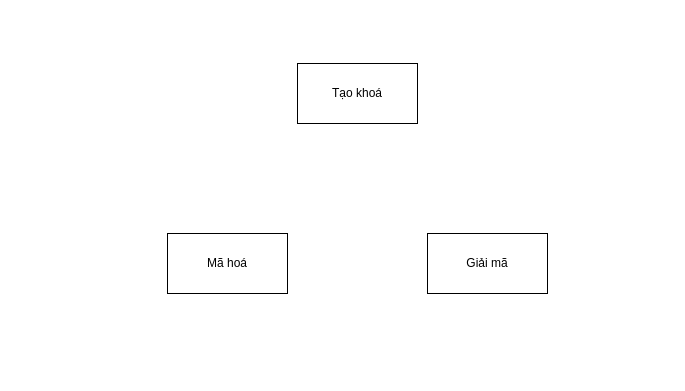
Above: PKE.drawio in huyle84/diagrams (draw.io), before the change. Source tidied: cells renumbered, new cells numbered last; positions are measured from the earlier drawing's top-left corner, leaving out a move shared by most shapes. Both pictures are drawn from the tidied source at 100%, with x=0, y=0 at pixel (167, 63).
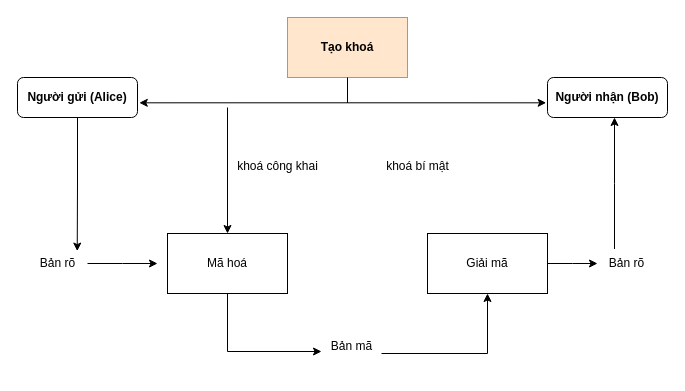
After the change.

The change refers to these unchanged cells:
```xml
<mxCell id="2" value="Mã hoá" style="rounded=0;whiteSpace=wrap;html=1;" parent="1" vertex="1">
  <mxGeometry y="170" width="120" height="60" as="geometry" />
</mxCell>
<mxCell id="3" value="Giải mã" style="rounded=0;whiteSpace=wrap;html=1;" parent="1" vertex="1">
  <mxGeometry x="260" y="170" width="120" height="60" as="geometry" />
</mxCell>
```

Diff of the diagram source:
```diff
@@
+    <mxCell id="5" style="edgeStyle=orthogonalEdgeStyle;rounded=0;jettySize=auto;html=1;" parent="1" edge="1" source="3">
+      <mxGeometry relative="1" as="geometry">
+        <mxPoint x="430" y="200" as="targetPoint" />
+      </mxGeometry>
+    </mxCell>
@@
+    <mxCell id="6" style="edgeStyle=orthogonalEdgeStyle;rounded=0;jettySize=auto;html=1;exitX=0.5;exitY=1;exitDx=0;exitDy=0;entryX=1.015;entryY=0.633;entryDx=0;entryDy=0;entryPerimeter=0;" parent="1" edge="1" source="4" target="17">
+      <mxGeometry relative="1" as="geometry" />
+    </mxCell>
-    <mxCell id="4" value="Tạo khoá" style="rounded=0;whiteSpace=wrap;html=1;" parent="1" vertex="1">
-      <mxGeometry x="130" width="120" height="60" as="geometry" />
+    <mxCell id="4" value="Tạo khoá" style="rounded=0;whiteSpace=wrap;html=1;fillColor=#ffe6cc;strokeColor=#d79b00;fontStyle=1;" parent="1" vertex="1">
+      <mxGeometry x="120" y="-46" width="120" height="60" as="geometry" />
     </mxCell>
+    <mxCell id="7" style="edgeStyle=orthogonalEdgeStyle;rounded=0;jettySize=auto;html=1;exitX=0.5;exitY=1;exitDx=0;exitDy=0;entryX=-0.011;entryY=0.633;entryDx=0;entryDy=0;entryPerimeter=0;" parent="1" edge="1" source="4" target="18">
+      <mxGeometry relative="1" as="geometry" />
+    </mxCell>
+    <mxCell id="8" value="khoá công khai" style="text;html=1;align=center;verticalAlign=middle;strokeColor=none;fillColor=none;" parent="1" vertex="1">
+      <mxGeometry x="60" y="88" width="100" height="30" as="geometry" />
+    </mxCell>
+    <mxCell id="9" value="khoá bí mật" style="text;html=1;align=center;verticalAlign=middle;strokeColor=none;fillColor=none;" parent="1" vertex="1">
+      <mxGeometry x="205" y="88" width="90" height="30" as="geometry" />
+    </mxCell>
+    <mxCell id="10" style="edgeStyle=orthogonalEdgeStyle;rounded=0;jettySize=auto;html=1;" parent="1" edge="1" source="11">
+      <mxGeometry relative="1" as="geometry">
+        <mxPoint x="-10" y="200" as="targetPoint" />
+      </mxGeometry>
+    </mxCell>
+    <mxCell id="11" value="Bản rõ" style="text;html=1;align=center;verticalAlign=middle;points=[];strokeColor=none;fillColor=none;" parent="1" vertex="1">
+      <mxGeometry x="-140" y="185" width="60" height="30" as="geometry" />
+    </mxCell>
+    <mxCell id="12" style="edgeStyle=orthogonalEdgeStyle;rounded=0;jettySize=auto;html=1;entryX=0.5;entryY=1;entryDx=0;entryDy=0;" parent="1" edge="1" source="13" target="3">
+      <mxGeometry relative="1" as="geometry" />
+    </mxCell>
+    <mxCell id="13" value="Bản mã&lt;div&gt;&lt;br&gt;&lt;/div&gt;" style="text;html=1;align=center;verticalAlign=middle;points=[];strokeColor=none;fillColor=none;" parent="1" vertex="1">
+      <mxGeometry x="154" y="270" width="60" height="40" as="geometry" />
+    </mxCell>
+    <mxCell id="14" style="edgeStyle=orthogonalEdgeStyle;rounded=0;jettySize=auto;html=1;exitX=0.3;exitY=0.017;exitDx=0;exitDy=0;exitPerimeter=0;" parent="1" edge="1" source="15">
+      <mxGeometry relative="1" as="geometry">
+        <mxPoint x="447" y="54" as="targetPoint" />
+      </mxGeometry>
+    </mxCell>
+    <mxCell id="15" value="Bản rõ" style="text;html=1;align=center;verticalAlign=middle;points=[];strokeColor=none;fillColor=none;" parent="1" vertex="1">
+      <mxGeometry x="429" y="185" width="60" height="30" as="geometry" />
+    </mxCell>
+    <mxCell id="16" style="edgeStyle=orthogonalEdgeStyle;rounded=0;jettySize=auto;html=1;exitX=0.5;exitY=1;exitDx=0;exitDy=0;entryX=0;entryY=0.45;entryDx=0;entryDy=0;entryPerimeter=0;" parent="1" edge="1" source="2" target="13">
+      <mxGeometry relative="1" as="geometry" />
+    </mxCell>
+    <mxCell id="17" value="Người gửi (Alice)" style="rounded=1;whiteSpace=wrap;html=1;fontStyle=1;" parent="1" vertex="1">
+      <mxGeometry x="-150" y="14" width="120" height="40" as="geometry" />
+    </mxCell>
+    <mxCell id="18" value="Người nhận (Bob)" style="rounded=1;whiteSpace=wrap;html=1;fontStyle=1;" parent="1" vertex="1">
+      <mxGeometry x="380" y="14" width="120" height="40" as="geometry" />
+    </mxCell>
+    <mxCell id="19" style="edgeStyle=orthogonalEdgeStyle;rounded=0;jettySize=auto;html=1;entryX=0.829;entryY=0.086;entryDx=0;entryDy=0;entryPerimeter=0;" parent="1" edge="1" source="17" target="11">
+      <mxGeometry relative="1" as="geometry" />
+    </mxCell>
+    <mxCell id="20" style="edgeStyle=none;jettySize=auto;html=1;rounded=0;entryX=0.5;entryY=0;entryDx=0;entryDy=0;" parent="1" edge="1" target="2">
+      <mxGeometry relative="1" as="geometry">
+        <mxPoint x="60" y="44" as="sourcePoint" />
+      </mxGeometry>
+    </mxCell>
```
